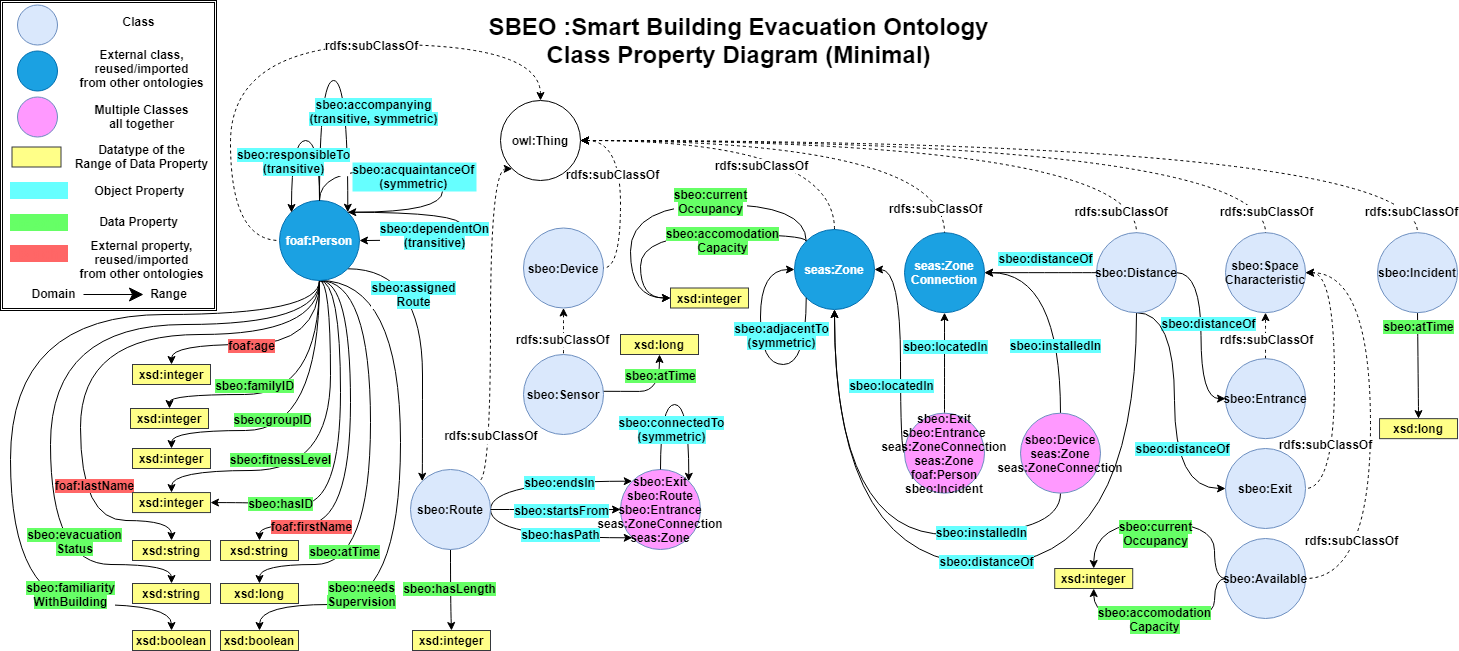
Above: Figures/SBEO_Class_Property_Diagram_Minimal.png in qasimkhalid/SBEO (draw.io), before the change. Source tidied: cells renumbered, new cells last; positions are measured from the earlier drawing's top-left corner, leaving out a move shared by most shapes.
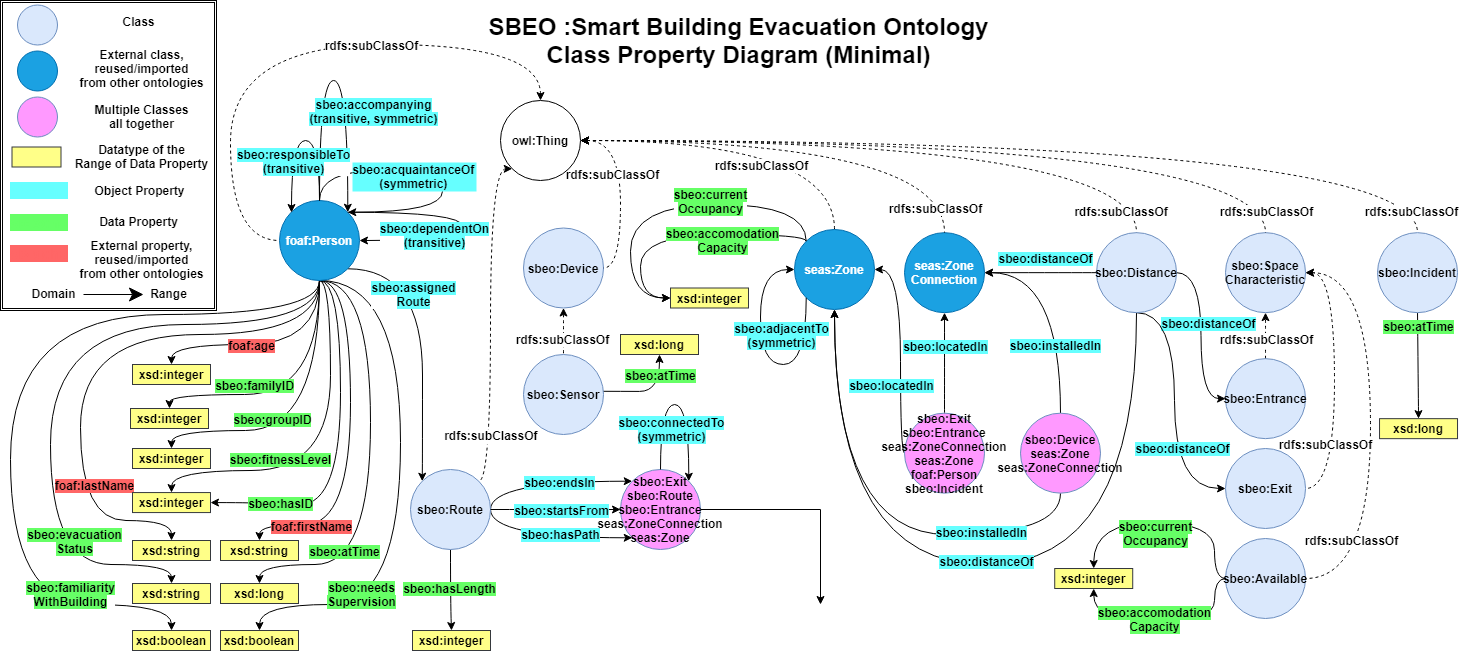
After the change.

The edit, as a diff of the source:
```diff
@@ -619,6 +619,11 @@
         <mxPoint x="1" y="-26.3" as="offset" />
       </mxGeometry>
     </mxCell>
+    <mxCell id="152" style="edgeStyle=orthogonalEdgeStyle;rounded=0;jettySize=auto;html=1;" parent="1" edge="1" source="112">
+      <mxGeometry relative="1" as="geometry">
+        <mxPoint x="820" y="604" as="targetPoint" />
+      </mxGeometry>
+    </mxCell>
     <mxCell id="112" value="sbeo:Exit&lt;br&gt;sbeo:Route&lt;br&gt;sbeo:Entrance&lt;br&gt;seas:ZoneConnection&lt;br&gt;seas:Zone" style="ellipse;whiteSpace=wrap;html=1;fillColor=#FF99FF;strokeColor=#6c8ebf;rounded=0;labelBackgroundColor=none;align=center;fontStyle=1;" parent="1" vertex="1">
       <mxGeometry x="620" y="469" width="80" height="80" as="geometry" />
     </mxCell>
```
